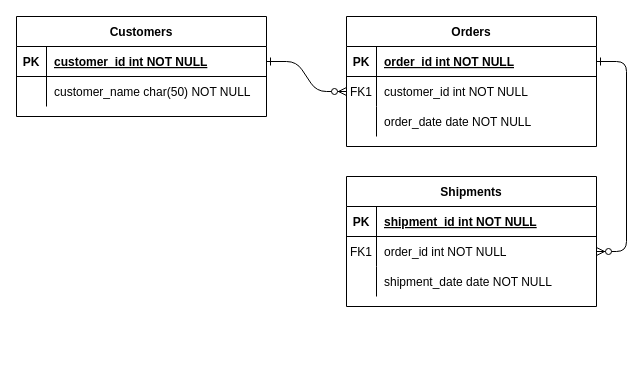
This is hw3/未命名绘图.drawio from Huwalli/DBS, a draw.io file, before an edit. Source tidied: cells renumbered, new cells numbered last; positions are measured from the earlier drawing's top-left corner, leaving out a move shared by most shapes. Both pictures are drawn from the tidied source at 100%, with x=0, y=0 at pixel (16, 16).
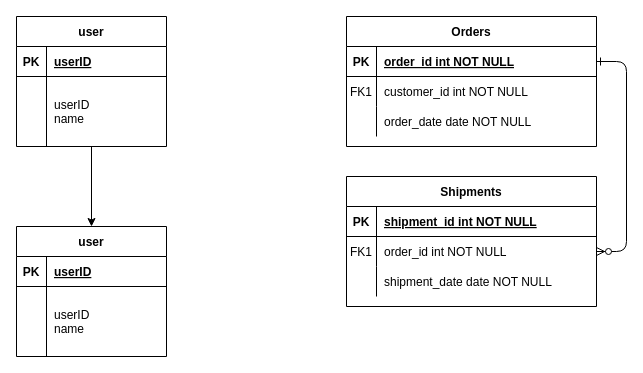
After the change.

The change refers to these unchanged cells:
```xml
<mxCell id="8" style="shape=partialRectangle;fillColor=none;points=[[0,0.5],[1,0.5]];portConstraint=eastwest;top=0;left=0;right=0;bottom=0;" parent="4" vertex="1">
  <mxGeometry y="60" width="250" height="30" as="geometry" />
</mxCell>
```

What changed in the source:
```diff
@@
-    <mxCell id="2" style="edgeStyle=entityRelationEdgeStyle;endArrow=ERzeroToMany;startArrow=ERone;endFill=1;startFill=0;" parent="1" edge="1" source="25" target="8">
-      <mxGeometry relative="1" as="geometry" />
-    </mxCell>
+    <mxCell id="31" style="edgeStyle=orthogonalEdgeStyle;rounded=0;jettySize=auto;html=1;" parent="1" edge="1" source="24" target="32">
+      <mxGeometry relative="1" as="geometry" />
+    </mxCell>
@@
-    <mxCell id="24" value="Customers" style="shape=table;startSize=30;childLayout=tableLayout;rowLines=0;fontStyle=1;align=center;" parent="1" vertex="1">
-      <mxGeometry width="250" height="100" as="geometry" />
+    <mxCell id="24" value="user" style="shape=table;startSize=30;childLayout=tableLayout;rowLines=0;fontStyle=1;align=center;" parent="1" vertex="1">
+      <mxGeometry width="150" height="130" as="geometry" />
     </mxCell>
     <mxCell id="25" style="shape=partialRectangle;fillColor=none;points=[[0,0.5],[1,0.5]];portConstraint=eastwest;top=0;left=0;right=0;bottom=1;" parent="24" vertex="1">
-      <mxGeometry y="30" width="250" height="30" as="geometry" />
+      <mxGeometry y="30" width="150" height="30" as="geometry" />
     </mxCell>
@@
-    <mxCell id="27" value="customer_id int NOT NULL " style="shape=partialRectangle;overflow=hidden;fillColor=none;top=0;left=0;bottom=0;right=0;align=left;spacingLeft=6;fontStyle=5;" parent="25" vertex="1">
-      <mxGeometry x="30" width="220" height="30" as="geometry" />
+    <mxCell id="27" value="userID" style="shape=partialRectangle;overflow=hidden;fillColor=none;top=0;left=0;bottom=0;right=0;align=left;spacingLeft=6;fontStyle=5;" parent="25" vertex="1">
+      <mxGeometry x="30" width="120" height="30" as="geometry" />
     </mxCell>
     <mxCell id="28" style="shape=partialRectangle;fillColor=none;top=0;left=0;right=0;bottom=0;" parent="24" vertex="1">
-      <mxGeometry y="60" width="250" height="30" as="geometry" />
+      <mxGeometry y="60" width="150" height="70" as="geometry" />
     </mxCell>
     <mxCell id="29" style="shape=partialRectangle;overflow=hidden;fillColor=none;top=0;left=0;bottom=0;right=0;" parent="28" vertex="1">
-      <mxGeometry width="30" height="30" as="geometry" />
+      <mxGeometry width="30" height="70" as="geometry" />
     </mxCell>
-    <mxCell id="30" value="customer_name char(50) NOT NULL" style="shape=partialRectangle;overflow=hidden;fillColor=none;top=0;left=0;bottom=0;right=0;align=left;spacingLeft=6;" parent="28" vertex="1">
-      <mxGeometry x="30" width="220" height="30" as="geometry" />
+    <mxCell id="30" value="userID&#10;name" style="shape=partialRectangle;overflow=hidden;fillColor=none;top=0;left=0;bottom=0;right=0;align=left;spacingLeft=6;" parent="28" vertex="1">
+      <mxGeometry x="30" width="120" height="70" as="geometry" />
     </mxCell>
+    <mxCell id="32" value="user" style="shape=table;startSize=30;childLayout=tableLayout;rowLines=0;fontStyle=1;align=center;" parent="1" vertex="1">
+      <mxGeometry y="210" width="150" height="130" as="geometry" />
+    </mxCell>
+    <mxCell id="33" style="shape=partialRectangle;fillColor=none;top=0;left=0;right=0;bottom=1;" parent="32" vertex="1">
+      <mxGeometry y="30" width="150" height="30" as="geometry" />
+    </mxCell>
+    <mxCell id="34" value="PK" style="shape=partialRectangle;overflow=hidden;fillColor=none;top=0;left=0;bottom=0;right=0;fontStyle=1;" parent="33" vertex="1">
+      <mxGeometry width="30" height="30" as="geometry" />
+    </mxCell>
+    <mxCell id="35" value="userID" style="shape=partialRectangle;overflow=hidden;fillColor=none;top=0;left=0;bottom=0;right=0;align=left;spacingLeft=6;fontStyle=5;" parent="33" vertex="1">
+      <mxGeometry x="30" width="120" height="30" as="geometry" />
+    </mxCell>
+    <mxCell id="36" style="shape=partialRectangle;fillColor=none;top=0;left=0;right=0;bottom=0;" parent="32" vertex="1">
+      <mxGeometry y="60" width="150" height="70" as="geometry" />
+    </mxCell>
+    <mxCell id="37" style="shape=partialRectangle;overflow=hidden;fillColor=none;top=0;left=0;bottom=0;right=0;" parent="36" vertex="1">
+      <mxGeometry width="30" height="70" as="geometry" />
+    </mxCell>
+    <mxCell id="38" value="userID&#10;name" style="shape=partialRectangle;overflow=hidden;fillColor=none;top=0;left=0;bottom=0;right=0;align=left;spacingLeft=6;" parent="36" vertex="1">
+      <mxGeometry x="30" width="120" height="70" as="geometry" />
+    </mxCell>
```
